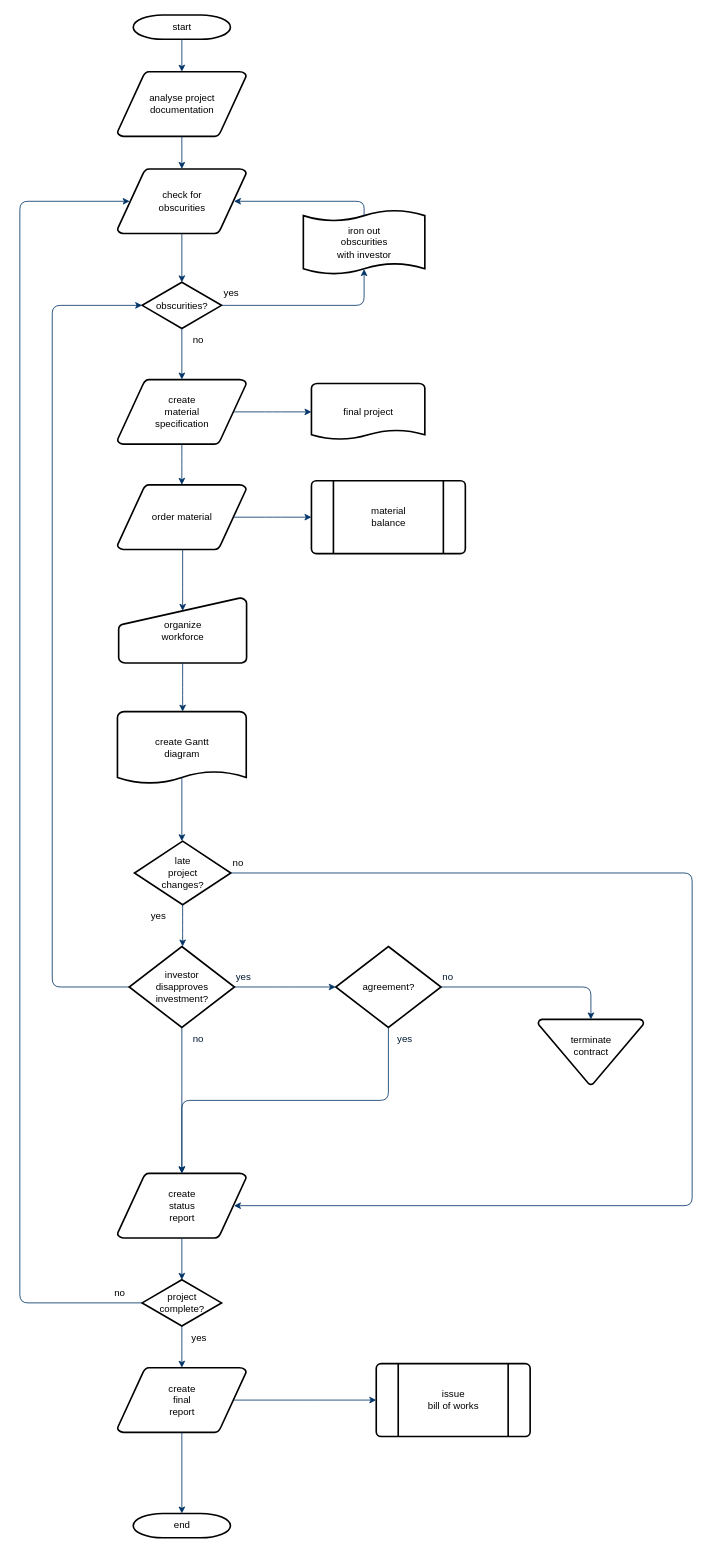
Earlier version of the draw.io diagram Untitled Diagram.drawio (Shamsah-coder/Shamsah-coder). Source tidied: cells renumbered, new cells numbered last; positions are measured from the earlier drawing's top-left corner, leaving out a move shared by most shapes. Both pictures are drawn from the tidied source at 81%, with x=0, y=0 at pixel (19, 15).
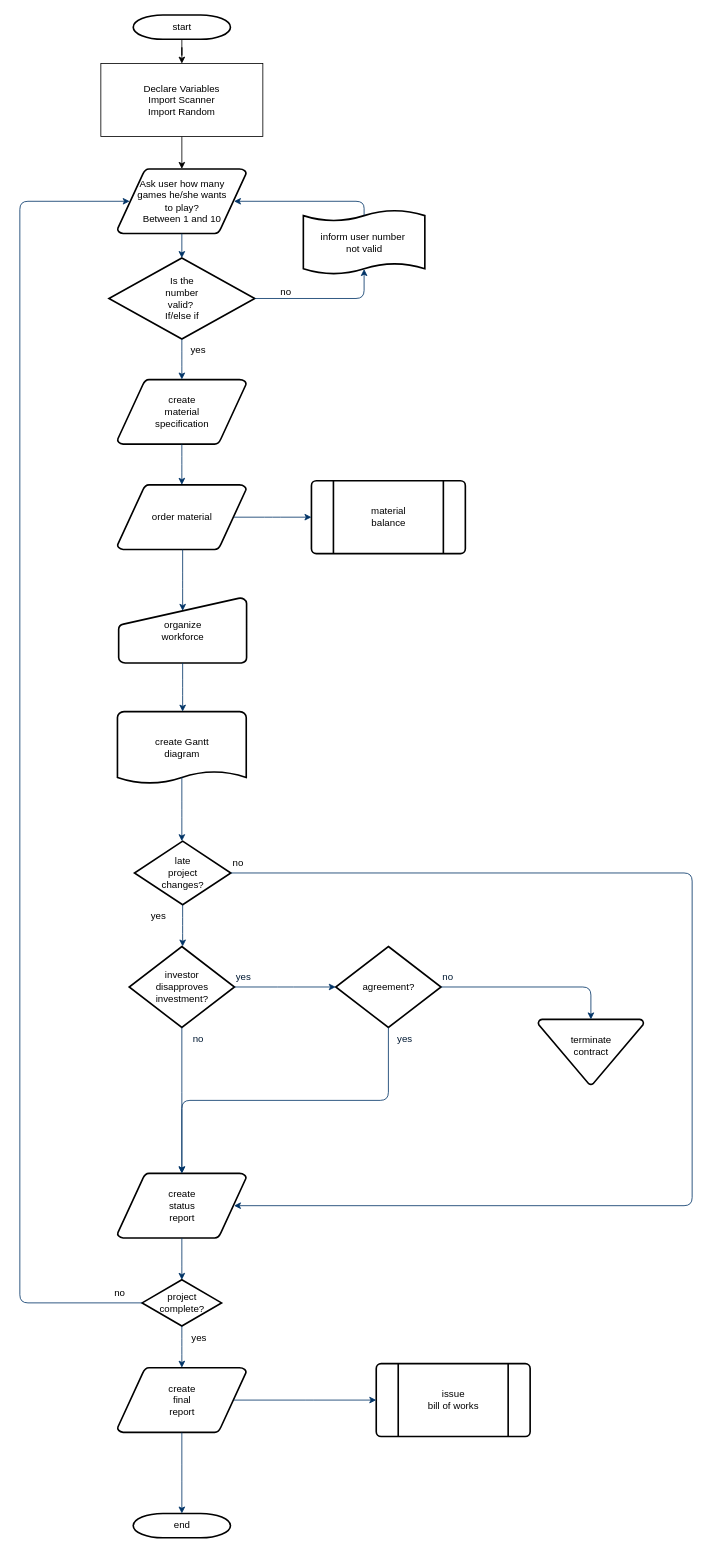
The same page after the edit.

Commit message:
Update FlowChart for RPS

The change refers to these unchanged cells:
```xml
<mxCell id="2" value="start" style="shape=mxgraph.flowchart.terminator;strokeWidth=2;gradientColor=none;gradientDirection=north;fontStyle=0;html=1;" parent="1" vertex="1">
  <mxGeometry x="140" width="120" height="30" as="geometry" />
</mxCell>
<mxCell id="4" value="create&#10;material&#10;specification" style="shape=mxgraph.flowchart.data;strokeWidth=2;gradientColor=none;gradientDirection=north;fontStyle=0;html=1;" parent="1" vertex="1">
  <mxGeometry x="120.5" y="450" width="159" height="80" as="geometry" />
</mxCell>
<mxCell id="28" value="investor&#10;disapproves&#10; investment?" style="shape=mxgraph.flowchart.decision;strokeWidth=2;gradientColor=none;gradientDirection=north;fontStyle=0;html=1;" parent="1" vertex="1">
  <mxGeometry x="135" y="1150" width="130" height="100" as="geometry" />
</mxCell>
```

Change to the diagram source:
```diff
@@
+    <mxCell id="56" style="edgeStyle=orthogonalEdgeStyle;rounded=0;jettySize=auto;html=1;exitX=0.5;exitY=1;exitDx=0;exitDy=0;exitPerimeter=0;" parent="1" edge="1" source="2" target="58">
+      <mxGeometry relative="1" as="geometry" />
+    </mxCell>
@@
-    <mxCell id="3" value="analyse project&#10; documentation" style="shape=mxgraph.flowchart.data;strokeWidth=2;gradientColor=none;gradientDirection=north;fontStyle=0;html=1;" parent="1" vertex="1">
-      <mxGeometry x="120.5" y="70" width="159" height="80" as="geometry" />
-    </mxCell>
@@
-    <mxCell id="5" value="check for&#10;obscurities" style="shape=mxgraph.flowchart.data;strokeWidth=2;gradientColor=none;gradientDirection=north;fontStyle=0;html=1;" parent="1" vertex="1">
+    <mxCell id="5" value="&amp;nbsp;Ask user how many&amp;nbsp;&lt;br&gt;games he/she wants&lt;br&gt;to play?&lt;br&gt;Between 1 and 10" style="shape=mxgraph.flowchart.data;strokeWidth=2;gradientColor=none;gradientDirection=north;fontStyle=0;html=1;" parent="1" vertex="1">
       <mxGeometry x="120.5" y="190" width="159" height="80" as="geometry" />
     </mxCell>
-    <mxCell id="6" value="obscurities?" style="shape=mxgraph.flowchart.decision;strokeWidth=2;gradientColor=none;gradientDirection=north;fontStyle=0;html=1;" parent="1" vertex="1">
-      <mxGeometry x="151" y="330" width="98" height="57" as="geometry" />
+    <mxCell id="6" value="Is the &lt;br&gt;number&lt;br&gt;valid?&amp;nbsp;&lt;br&gt;If/else if" style="shape=mxgraph.flowchart.decision;strokeWidth=2;gradientColor=none;gradientDirection=north;fontStyle=0;html=1;" parent="1" vertex="1">
+      <mxGeometry x="110" y="300" width="180" height="100" as="geometry" />
     </mxCell>
-    <mxCell id="7" style="fontStyle=1;strokeColor=#003366;strokeWidth=1;html=1;" parent="1" edge="1" source="2" target="3">
-      <mxGeometry relative="1" as="geometry" />
-    </mxCell>
-    <mxCell id="8" style="fontStyle=1;strokeColor=#003366;strokeWidth=1;html=1;" parent="1" edge="1" source="3" target="5">
-      <mxGeometry relative="1" as="geometry" />
-    </mxCell>
@@
-    <mxCell id="11" value="yes" style="text;fontStyle=0;html=1;strokeColor=none;gradientColor=none;fillColor=none;strokeWidth=2;" parent="1" vertex="1">
-      <mxGeometry x="250" y="330" width="40" height="26" as="geometry" />
+    <mxCell id="11" value="no" style="text;fontStyle=0;html=1;strokeColor=none;gradientColor=none;fillColor=none;strokeWidth=2;" parent="1" vertex="1">
+      <mxGeometry x="320" y="328" width="40" height="26" as="geometry" />
     </mxCell>
@@
-    <mxCell id="14" value="no" style="text;fontStyle=0;html=1;strokeColor=none;gradientColor=none;fillColor=none;strokeWidth=2;align=center;" parent="1" vertex="1">
-      <mxGeometry x="200" y="387" width="40" height="26" as="geometry" />
+    <mxCell id="14" value="yes" style="text;fontStyle=0;html=1;strokeColor=none;gradientColor=none;fillColor=none;strokeWidth=2;align=center;" parent="1" vertex="1">
+      <mxGeometry x="200" y="400" width="40" height="26" as="geometry" />
     </mxCell>
-    <mxCell id="15" value="final project" style="shape=mxgraph.flowchart.document;strokeWidth=2;gradientColor=none;gradientDirection=north;fontStyle=0;html=1;" parent="1" vertex="1">
-      <mxGeometry x="360" y="455" width="140" height="70" as="geometry" />
-    </mxCell>
-    <mxCell id="16" style="edgeStyle=elbowEdgeStyle;elbow=horizontal;exitX=0.905;exitY=0.5;exitPerimeter=0;fontStyle=1;strokeColor=#003366;strokeWidth=1;html=1;" parent="1" edge="1" source="4" target="15">
-      <mxGeometry as="geometry" />
-    </mxCell>
@@
-    <mxCell id="26" style="edgeStyle=elbowEdgeStyle;elbow=horizontal;exitX=0;exitY=0.5;exitPerimeter=0;entryX=0;entryY=0.5;entryPerimeter=0;fontStyle=1;strokeColor=#003366;strokeWidth=1;html=1;" parent="1" edge="1" source="28" target="6">
-      <mxGeometry as="geometry">
-        <Array as="points">
-          <mxPoint x="40" y="790" />
-        </Array>
-      </mxGeometry>
-    </mxCell>
@@
-    <mxCell id="51" value="iron out&#10;obscurities &#10;with investor" style="shape=mxgraph.flowchart.paper_tape;strokeWidth=2;gradientColor=none;gradientDirection=north;fontStyle=0;html=1;" parent="1" vertex="1">
+    <mxCell id="51" value="inform user number&amp;nbsp;&lt;br&gt;not valid" style="shape=mxgraph.flowchart.paper_tape;strokeWidth=2;gradientColor=none;gradientDirection=north;fontStyle=0;html=1;" parent="1" vertex="1">
       <mxGeometry x="350" y="240" width="150" height="81" as="geometry" />
     </mxCell>
@@
+    <mxCell id="57" style="edgeStyle=orthogonalEdgeStyle;rounded=0;jettySize=auto;html=1;exitX=0.5;exitY=1;exitDx=0;exitDy=0;" parent="1" edge="1" source="58" target="5">
+      <mxGeometry relative="1" as="geometry" />
+    </mxCell>
+    <mxCell id="58" style="rounded=0;whiteSpace=wrap;html=1;" parent="1" vertex="1">
+      <mxGeometry x="100" y="60" width="200" height="90" as="geometry" />
+    </mxCell>
+    <mxCell id="59" value="Declare Variables&lt;br&gt;Import Scanner&lt;br&gt;Import Random" style="text;html=1;strokeColor=none;fillColor=none;align=center;verticalAlign=middle;whiteSpace=wrap;rounded=0;" parent="1" vertex="1">
+      <mxGeometry x="100" y="60" width="200" height="90" as="geometry" />
+    </mxCell>
```
